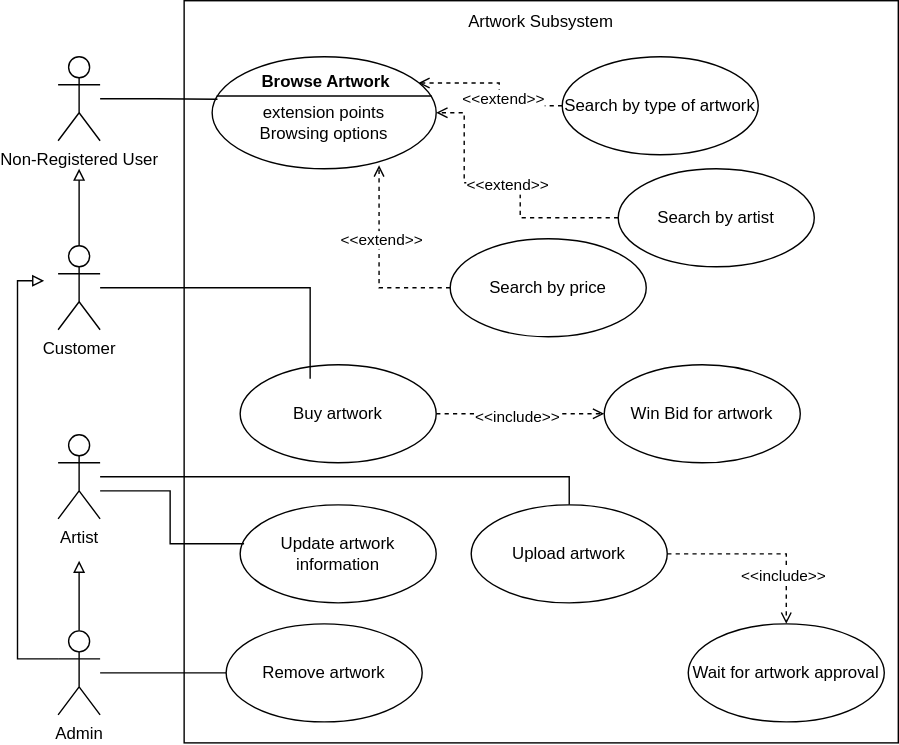
Above: Vauction.drawio.svg in lk-montoedi/Vauction (draw.io), before the change. Source tidied: cells renumbered, new cells last; positions are measured from the earlier drawing's top-left corner, leaving out a move shared by most shapes.
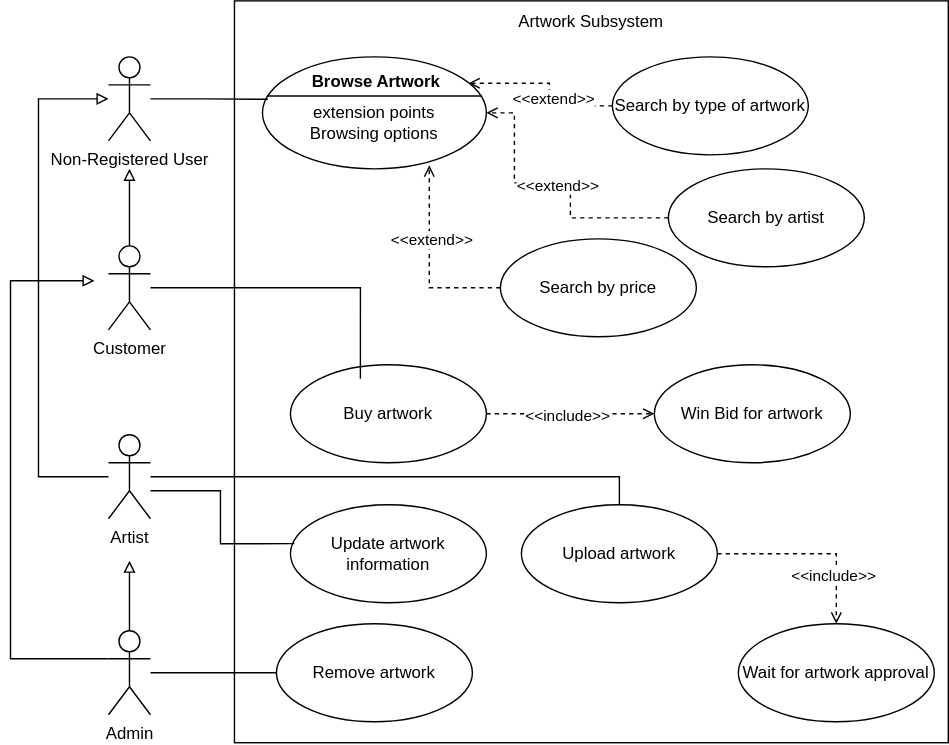
Above is the later version.

Commit message:
Updated Artwork subsytem

Diff of the diagram source:
```diff
@@ -90,6 +90,14 @@
     <mxCell id="22" style="edgeStyle=orthogonalEdgeStyle;rounded=0;jettySize=auto;html=1;entryX=0.5;entryY=0;entryDx=0;entryDy=0;endArrow=none;startFill=0;" parent="1" edge="1" source="23" target="29">
       <mxGeometry relative="1" as="geometry" />
     </mxCell>
+    <mxCell id="40" style="edgeStyle=orthogonalEdgeStyle;rounded=0;jettySize=auto;html=1;endArrow=block;endFill=0;" parent="1" edge="1" source="23" target="7">
+      <mxGeometry relative="1" as="geometry">
+        <Array as="points">
+          <mxPoint x="-21" y="340" />
+          <mxPoint x="-21" y="70" />
+        </Array>
+      </mxGeometry>
+    </mxCell>
     <mxCell id="23" value="Artist" style="shape=umlActor;verticalLabelPosition=bottom;verticalAlign=top;html=1;outlineConnect=0;" parent="1" vertex="1">
       <mxGeometry x="29" y="310" width="30" height="60" as="geometry" />
     </mxCell>
@@ -131,8 +139,8 @@
       <mxGeometry relative="1" as="geometry">
         <mxPoint x="19" y="200" as="targetPoint" />
         <Array as="points">
-          <mxPoint y="470" />
-          <mxPoint y="200" />
+          <mxPoint x="-41" y="470" />
+          <mxPoint x="-41" y="200" />
         </Array>
       </mxGeometry>
     </mxCell>
```
